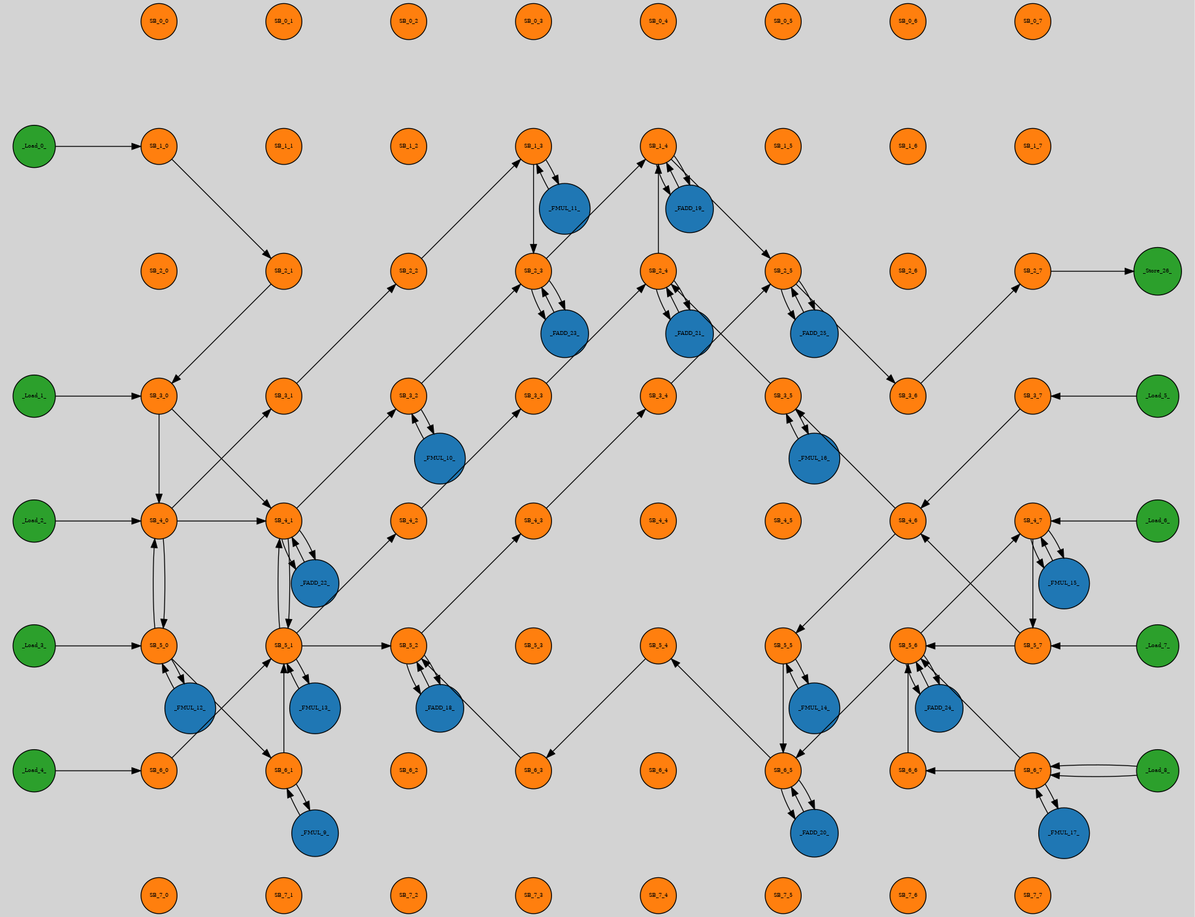
This is mapping_output.png from UniversalGRAMM/UGRAMM, a Graphviz export, as it was before one commit. Its source is kept beside it as mapping_output.dot. Its diagram source:
```dot
digraph {
graph [pad="0.212,0.055" bgcolor=lightgray]
node [style=filled]
SB_0_0 [shape="circle" fontsize=6 fillcolor="#ff7f0e" pos="2,0!"]
SB_0_1 [shape="circle" fontsize=6 fillcolor="#ff7f0e" pos="4,0!"]
SB_0_2 [shape="circle" fontsize=6 fillcolor="#ff7f0e" pos="6,0!"]
SB_0_3 [shape="circle" fontsize=6 fillcolor="#ff7f0e" pos="8,0!"]
SB_0_4 [shape="circle" fontsize=6 fillcolor="#ff7f0e" pos="10,0!"]
SB_0_5 [shape="circle" fontsize=6 fillcolor="#ff7f0e" pos="12,0!"]
SB_0_6 [shape="circle" fontsize=6 fillcolor="#ff7f0e" pos="14,0!"]
SB_0_7 [shape="circle" fontsize=6 fillcolor="#ff7f0e" pos="16,0!"]
SB_1_0 [shape="circle" fontsize=6 fillcolor="#ff7f0e" pos="2,-2!"]
SB_1_1 [shape="circle" fontsize=6 fillcolor="#ff7f0e" pos="4,-2!"]
SB_1_2 [shape="circle" fontsize=6 fillcolor="#ff7f0e" pos="6,-2!"]
SB_1_3 [shape="circle" fontsize=6 fillcolor="#ff7f0e" pos="8,-2!"]
SB_1_4 [shape="circle" fontsize=6 fillcolor="#ff7f0e" pos="10,-2!"]
SB_1_5 [shape="circle" fontsize=6 fillcolor="#ff7f0e" pos="12,-2!"]
SB_1_6 [shape="circle" fontsize=6 fillcolor="#ff7f0e" pos="14,-2!"]
SB_1_7 [shape="circle" fontsize=6 fillcolor="#ff7f0e" pos="16,-2!"]
SB_2_0 [shape="circle" fontsize=6 fillcolor="#ff7f0e" pos="2,-4!"]
SB_2_1 [shape="circle" fontsize=6 fillcolor="#ff7f0e" pos="4,-4!"]
SB_2_2 [shape="circle" fontsize=6 fillcolor="#ff7f0e" pos="6,-4!"]
SB_2_3 [shape="circle" fontsize=6 fillcolor="#ff7f0e" pos="8,-4!"]
SB_2_4 [shape="circle" fontsize=6 fillcolor="#ff7f0e" pos="10,-4!"]
SB_2_5 [shape="circle" fontsize=6 fillcolor="#ff7f0e" pos="12,-4!"]
SB_2_6 [shape="circle" fontsize=6 fillcolor="#ff7f0e" pos="14,-4!"]
SB_2_7 [shape="circle" fontsize=6 fillcolor="#ff7f0e" pos="16,-4!"]
SB_3_0 [shape="circle" fontsize=6 fillcolor="#ff7f0e" pos="2,-6!"]
SB_3_1 [shape="circle" fontsize=6 fillcolor="#ff7f0e" pos="4,-6!"]
SB_3_2 [shape="circle" fontsize=6 fillcolor="#ff7f0e" pos="6,-6!"]
SB_3_3 [shape="circle" fontsize=6 fillcolor="#ff7f0e" pos="8,-6!"]
SB_3_4 [shape="circle" fontsize=6 fillcolor="#ff7f0e" pos="10,-6!"]
SB_3_5 [shape="circle" fontsize=6 fillcolor="#ff7f0e" pos="12,-6!"]
SB_3_6 [shape="circle" fontsize=6 fillcolor="#ff7f0e" pos="14,-6!"]
SB_3_7 [shape="circle" fontsize=6 fillcolor="#ff7f0e" pos="16,-6!"]
SB_4_0 [shape="circle" fontsize=6 fillcolor="#ff7f0e" pos="2,-8!"]
SB_4_1 [shape="circle" fontsize=6 fillcolor="#ff7f0e" pos="4,-8!"]
SB_4_2 [shape="circle" fontsize=6 fillcolor="#ff7f0e" pos="6,-8!"]
SB_4_3 [shape="circle" fontsize=6 fillcolor="#ff7f0e" pos="8,-8!"]
SB_4_4 [shape="circle" fontsize=6 fillcolor="#ff7f0e" pos="10,-8!"]
SB_4_5 [shape="circle" fontsize=6 fillcolor="#ff7f0e" pos="12,-8!"]
SB_4_6 [shape="circle" fontsize=6 fillcolor="#ff7f0e" pos="14,-8!"]
SB_4_7 [shape="circle" fontsize=6 fillcolor="#ff7f0e" pos="16,-8!"]
SB_5_0 [shape="circle" fontsize=6 fillcolor="#ff7f0e" pos="2,-10!"]
SB_5_1 [shape="circle" fontsize=6 fillcolor="#ff7f0e" pos="4,-10!"]
SB_5_2 [shape="circle" fontsize=6 fillcolor="#ff7f0e" pos="6,-10!"]
SB_5_3 [shape="circle" fontsize=6 fillcolor="#ff7f0e" pos="8,-10!"]
SB_5_4 [shape="circle" fontsize=6 fillcolor="#ff7f0e" pos="10,-10!"]
SB_5_5 [shape="circle" fontsize=6 fillcolor="#ff7f0e" pos="12,-10!"]
SB_5_6 [shape="circle" fontsize=6 fillcolor="#ff7f0e" pos="14,-10!"]
SB_5_7 [shape="circle" fontsize=6 fillcolor="#ff7f0e" pos="16,-10!"]
SB_6_0 [shape="circle" fontsize=6 fillcolor="#ff7f0e" pos="2,-12!"]
SB_6_1 [shape="circle" fontsize=6 fillcolor="#ff7f0e" pos="4,-12!"]
SB_6_2 [shape="circle" fontsize=6 fillcolor="#ff7f0e" pos="6,-12!"]
SB_6_3 [shape="circle" fontsize=6 fillcolor="#ff7f0e" pos="8,-12!"]
SB_6_4 [shape="circle" fontsize=6 fillcolor="#ff7f0e" pos="10,-12!"]
SB_6_5 [shape="circle" fontsize=6 fillcolor="#ff7f0e" pos="12,-12!"]
SB_6_6 [shape="circle" fontsize=6 fillcolor="#ff7f0e" pos="14,-12!"]
SB_6_7 [shape="circle" fontsize=6 fillcolor="#ff7f0e" pos="16,-12!"]
SB_7_0 [shape="circle" fontsize=6 fillcolor="#ff7f0e" pos="2,-14!"]
SB_7_1 [shape="circle" fontsize=6 fillcolor="#ff7f0e" pos="4,-14!"]
SB_7_2 [shape="circle" fontsize=6 fillcolor="#ff7f0e" pos="6,-14!"]
SB_7_3 [shape="circle" fontsize=6 fillcolor="#ff7f0e" pos="8,-14!"]
SB_7_4 [shape="circle" fontsize=6 fillcolor="#ff7f0e" pos="10,-14!"]
SB_7_5 [shape="circle" fontsize=6 fillcolor="#ff7f0e" pos="12,-14!"]
SB_7_6 [shape="circle" fontsize=6 fillcolor="#ff7f0e" pos="14,-14!"]
SB_7_7 [shape="circle" fontsize=6 fillcolor="#ff7f0e" pos="16,-14!"]
_FADD_18_ [shape="circle" fontsize=6 fillcolor="#1f77b4" pos="6.5,-11!"]
_FADD_18_ -> SB_5_2
SB_5_2 -> SB_4_3
SB_4_3 -> SB_3_4
SB_3_4 -> SB_2_5
SB_2_5 -> _FADD_25_
_FADD_19_ [shape="circle" fontsize=6 fillcolor="#1f77b4" pos="10.5,-3!"]
_FADD_19_ -> SB_1_4
SB_1_4 -> SB_2_5
SB_2_5 -> _FADD_25_
_FADD_20_ [shape="circle" fontsize=6 fillcolor="#1f77b4" pos="12.5,-13!"]
_FADD_20_ -> SB_6_5
SB_6_5 -> SB_5_4
SB_5_4 -> SB_6_3
SB_6_3 -> SB_5_2
SB_5_2 -> _FADD_18_
_FADD_21_ [shape="circle" fontsize=6 fillcolor="#1f77b4" pos="10.5,-5!"]
_FADD_21_ -> SB_2_4
SB_2_4 -> SB_1_4
SB_1_4 -> _FADD_19_
_FADD_22_ [shape="circle" fontsize=6 fillcolor="#1f77b4" pos="4.5,-9!"]
_FADD_22_ -> SB_4_1
SB_4_1 -> SB_5_1
SB_5_1 -> SB_5_2
SB_5_2 -> _FADD_18_
_FADD_23_ [shape="circle" fontsize=6 fillcolor="#1f77b4" pos="8.5,-5!"]
_FADD_23_ -> SB_2_3
SB_2_3 -> SB_1_4
SB_1_4 -> _FADD_19_
_FADD_24_ [shape="circle" fontsize=6 fillcolor="#1f77b4" pos="14.5,-11!"]
_FADD_24_ -> SB_5_6
SB_5_6 -> SB_6_5
SB_6_5 -> _FADD_20_
_FADD_25_ [shape="circle" fontsize=6 fillcolor="#1f77b4" pos="12.5,-5!"]
_FADD_25_ -> SB_2_5
SB_2_5 -> SB_3_6
SB_3_6 -> SB_2_7
_FMUL_10_ [shape="circle" fontsize=6 fillcolor="#1f77b4" pos="6.5,-7!"]
_FMUL_10_ -> SB_3_2
SB_3_2 -> SB_2_3
SB_2_3 -> _FADD_23_
_FMUL_11_ [shape="circle" fontsize=6 fillcolor="#1f77b4" pos="8.5,-3!"]
_FMUL_11_ -> SB_1_3
SB_1_3 -> SB_2_3
SB_2_3 -> _FADD_23_
_FMUL_12_ [shape="circle" fontsize=6 fillcolor="#1f77b4" pos="2.5,-11!"]
_FMUL_12_ -> SB_5_0
SB_5_0 -> SB_4_0
SB_4_0 -> SB_4_1
SB_4_1 -> _FADD_22_
_FMUL_13_ [shape="circle" fontsize=6 fillcolor="#1f77b4" pos="4.5,-11!"]
_FMUL_13_ -> SB_5_1
SB_5_1 -> SB_4_2
SB_4_2 -> SB_3_3
SB_3_3 -> SB_2_4
SB_2_4 -> _FADD_21_
_FMUL_14_ [shape="circle" fontsize=6 fillcolor="#1f77b4" pos="12.5,-11!"]
_FMUL_14_ -> SB_5_5
SB_5_5 -> SB_6_5
SB_6_5 -> _FADD_20_
_FMUL_15_ [shape="circle" fontsize=6 fillcolor="#1f77b4" pos="16.5,-9!"]
_FMUL_15_ -> SB_4_7
SB_4_7 -> SB_5_7
SB_5_7 -> SB_5_6
SB_5_6 -> _FADD_24_
_FMUL_16_ [shape="circle" fontsize=6 fillcolor="#1f77b4" pos="12.5,-7!"]
_FMUL_16_ -> SB_3_5
SB_3_5 -> SB_2_4
SB_2_4 -> _FADD_21_
_FMUL_17_ [shape="circle" fontsize=6 fillcolor="#1f77b4" pos="16.5,-13!"]
_FMUL_17_ -> SB_6_7
SB_6_7 -> SB_6_6
SB_6_6 -> SB_5_6
SB_5_6 -> _FADD_24_
_FMUL_9_ [shape="circle" fontsize=6 fillcolor="#1f77b4" pos="4.5,-13!"]
_FMUL_9_ -> SB_6_1
SB_6_1 -> SB_5_1
SB_5_1 -> SB_4_1
SB_4_1 -> _FADD_22_
_Load_0_ [shape="circle" fontsize=6 fillcolor="#2ca02c" pos="0,-2!"]
_Load_0_ -> SB_1_0
SB_1_0 -> SB_2_1
SB_2_1 -> SB_3_0
SB_3_0 -> SB_4_0
SB_4_0 -> SB_5_0
SB_5_0 -> SB_6_1
SB_6_1 -> _FMUL_9_
_Load_1_ [shape="circle" fontsize=6 fillcolor="#2ca02c" pos="0,-6!"]
_Load_1_ -> SB_3_0
SB_3_0 -> SB_4_1
SB_4_1 -> SB_3_2
SB_3_2 -> _FMUL_10_
_Load_2_ [shape="circle" fontsize=6 fillcolor="#2ca02c" pos="0,-8!"]
_Load_2_ -> SB_4_0
SB_4_0 -> SB_3_1
SB_3_1 -> SB_2_2
SB_2_2 -> SB_1_3
SB_1_3 -> _FMUL_11_
_Load_3_ [shape="circle" fontsize=6 fillcolor="#2ca02c" pos="0,-10!"]
_Load_3_ -> SB_5_0
SB_5_0 -> _FMUL_12_
_Load_4_ [shape="circle" fontsize=6 fillcolor="#2ca02c" pos="0,-12!"]
_Load_4_ -> SB_6_0
SB_6_0 -> SB_5_1
SB_5_1 -> _FMUL_13_
_Load_5_ [shape="circle" fontsize=6 fillcolor="#2ca02c" pos="18,-6!"]
_Load_5_ -> SB_3_7
SB_3_7 -> SB_4_6
SB_4_6 -> SB_5_5
SB_5_5 -> _FMUL_14_
_Load_6_ [shape="circle" fontsize=6 fillcolor="#2ca02c" pos="18,-8!"]
_Load_6_ -> SB_4_7
SB_4_7 -> _FMUL_15_
_Load_7_ [shape="circle" fontsize=6 fillcolor="#2ca02c" pos="18,-10!"]
_Load_7_ -> SB_5_7
SB_5_7 -> SB_4_6
SB_4_6 -> SB_3_5
SB_3_5 -> _FMUL_16_
_Load_8_ [shape="circle" fontsize=6 fillcolor="#2ca02c" pos="18,-12!"]
_Load_8_ -> SB_6_7
SB_6_7 -> _FMUL_17_
_Load_8_ -> SB_6_7
SB_6_7 -> SB_5_6
SB_5_6 -> SB_4_7
SB_4_7 -> _FMUL_15_
_Store_26_ [shape="circle" fontsize=6 fillcolor="#2ca02c" pos="18,-4!"]
SB_2_7 -> _Store_26_
}
```
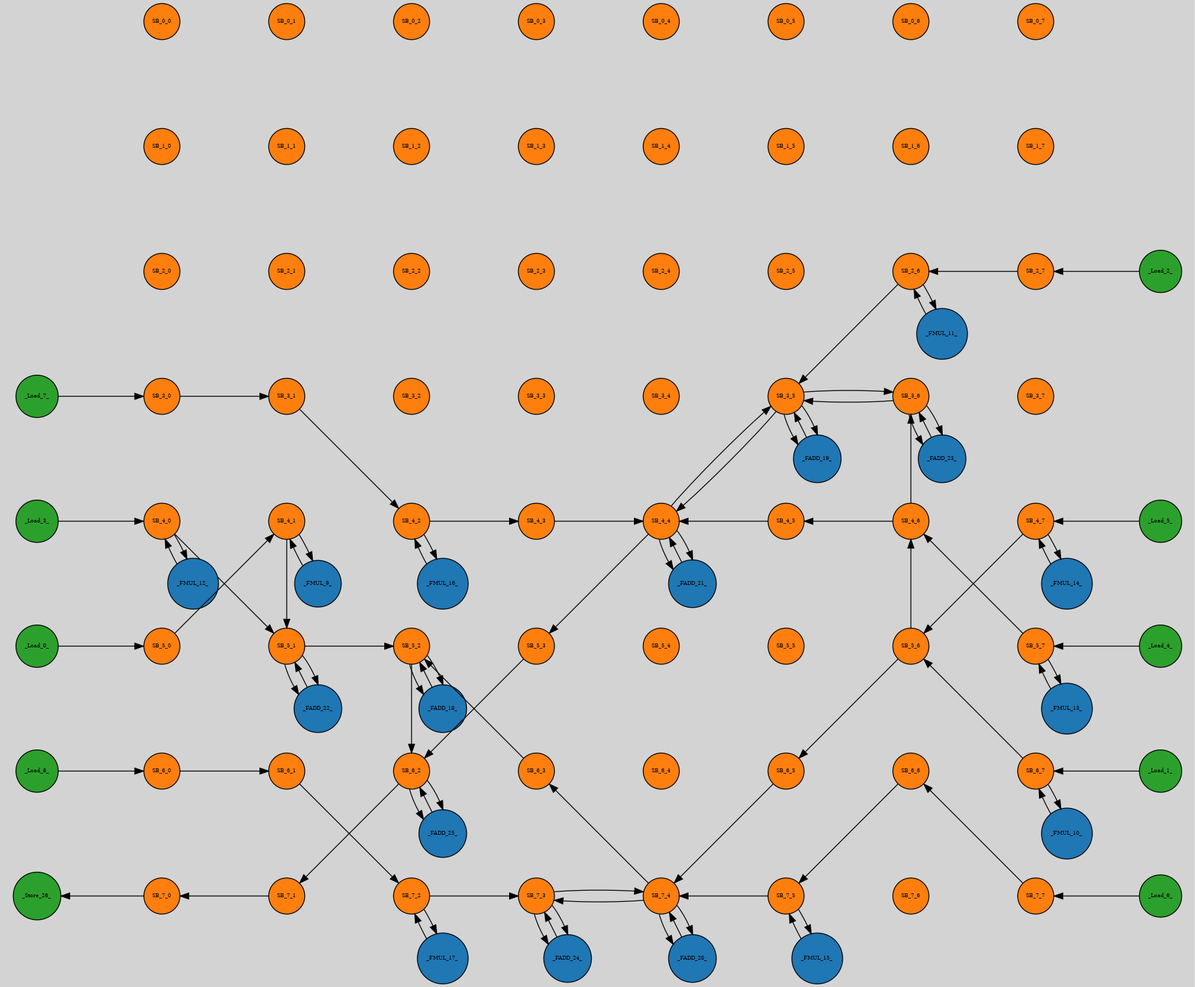
Above is the later version.

Commit message:
Fixed the pins verification for input and output funcCells

Diff of the diagram source:
```diff
@@ -67,129 +67,119 @@
 SB_7_7 [shape="circle" fontsize=6 fillcolor="#ff7f0e" pos="16,-14!"]
 _FADD_18_ [shape="circle" fontsize=6 fillcolor="#1f77b4" pos="6.5,-11!"]
 _FADD_18_ -> SB_5_2
-SB_5_2 -> SB_4_3
-SB_4_3 -> SB_3_4
-SB_3_4 -> SB_2_5
-SB_2_5 -> _FADD_25_
-_FADD_19_ [shape="circle" fontsize=6 fillcolor="#1f77b4" pos="10.5,-3!"]
-_FADD_19_ -> SB_1_4
-SB_1_4 -> SB_2_5
-SB_2_5 -> _FADD_25_
-_FADD_20_ [shape="circle" fontsize=6 fillcolor="#1f77b4" pos="12.5,-13!"]
-_FADD_20_ -> SB_6_5
-SB_6_5 -> SB_5_4
-SB_5_4 -> SB_6_3
+SB_5_2 -> SB_6_2
+SB_6_2 -> _FADD_25_
+_FADD_19_ [shape="circle" fontsize=6 fillcolor="#1f77b4" pos="12.5,-7!"]
+_FADD_19_ -> SB_3_5
+SB_3_5 -> SB_4_4
+SB_4_4 -> SB_5_3
+SB_5_3 -> SB_6_2
+SB_6_2 -> _FADD_25_
+_FADD_20_ [shape="circle" fontsize=6 fillcolor="#1f77b4" pos="10.5,-15!"]
+_FADD_20_ -> SB_7_4
+SB_7_4 -> SB_6_3
 SB_6_3 -> SB_5_2
 SB_5_2 -> _FADD_18_
-_FADD_21_ [shape="circle" fontsize=6 fillcolor="#1f77b4" pos="10.5,-5!"]
-_FADD_21_ -> SB_2_4
-SB_2_4 -> SB_1_4
-SB_1_4 -> _FADD_19_
-_FADD_22_ [shape="circle" fontsize=6 fillcolor="#1f77b4" pos="4.5,-9!"]
-_FADD_22_ -> SB_4_1
-SB_4_1 -> SB_5_1
+_FADD_21_ [shape="circle" fontsize=6 fillcolor="#1f77b4" pos="10.5,-9!"]
+_FADD_21_ -> SB_4_4
+SB_4_4 -> SB_3_5
+SB_3_5 -> _FADD_19_
+_FADD_22_ [shape="circle" fontsize=6 fillcolor="#1f77b4" pos="4.5,-11!"]
+_FADD_22_ -> SB_5_1
 SB_5_1 -> SB_5_2
 SB_5_2 -> _FADD_18_
-_FADD_23_ [shape="circle" fontsize=6 fillcolor="#1f77b4" pos="8.5,-5!"]
-_FADD_23_ -> SB_2_3
-SB_2_3 -> SB_1_4
-SB_1_4 -> _FADD_19_
-_FADD_24_ [shape="circle" fontsize=6 fillcolor="#1f77b4" pos="14.5,-11!"]
-_FADD_24_ -> SB_5_6
+_FADD_23_ [shape="circle" fontsize=6 fillcolor="#1f77b4" pos="14.5,-7!"]
+_FADD_23_ -> SB_3_6
+SB_3_6 -> SB_3_5
+SB_3_5 -> _FADD_19_
+_FADD_24_ [shape="circle" fontsize=6 fillcolor="#1f77b4" pos="8.5,-15!"]
+_FADD_24_ -> SB_7_3
+SB_7_3 -> SB_7_4
+SB_7_4 -> _FADD_20_
+_FADD_25_ [shape="circle" fontsize=6 fillcolor="#1f77b4" pos="6.5,-13!"]
+_FADD_25_ -> SB_6_2
+SB_6_2 -> SB_7_1
+SB_7_1 -> SB_7_0
+_FMUL_10_ [shape="circle" fontsize=6 fillcolor="#1f77b4" pos="16.5,-13!"]
+_FMUL_10_ -> SB_6_7
+SB_6_7 -> SB_5_6
+SB_5_6 -> SB_4_6
+SB_4_6 -> SB_3_6
+SB_3_6 -> _FADD_23_
+_FMUL_11_ [shape="circle" fontsize=6 fillcolor="#1f77b4" pos="14.5,-5!"]
+_FMUL_11_ -> SB_2_6
+SB_2_6 -> SB_3_5
+SB_3_5 -> SB_3_6
+SB_3_6 -> _FADD_23_
+_FMUL_12_ [shape="circle" fontsize=6 fillcolor="#1f77b4" pos="2.5,-9!"]
+_FMUL_12_ -> SB_4_0
+SB_4_0 -> SB_5_1
+SB_5_1 -> _FADD_22_
+_FMUL_13_ [shape="circle" fontsize=6 fillcolor="#1f77b4" pos="16.5,-11!"]
+_FMUL_13_ -> SB_5_7
+SB_5_7 -> SB_4_6
+SB_4_6 -> SB_4_5
+SB_4_5 -> SB_4_4
+SB_4_4 -> _FADD_21_
+_FMUL_14_ [shape="circle" fontsize=6 fillcolor="#1f77b4" pos="16.5,-9!"]
+_FMUL_14_ -> SB_4_7
+SB_4_7 -> SB_5_6
 SB_5_6 -> SB_6_5
-SB_6_5 -> _FADD_20_
-_FADD_25_ [shape="circle" fontsize=6 fillcolor="#1f77b4" pos="12.5,-5!"]
-_FADD_25_ -> SB_2_5
-SB_2_5 -> SB_3_6
-SB_3_6 -> SB_2_7
-_FMUL_10_ [shape="circle" fontsize=6 fillcolor="#1f77b4" pos="6.5,-7!"]
-_FMUL_10_ -> SB_3_2
-SB_3_2 -> SB_2_3
-SB_2_3 -> _FADD_23_
-_FMUL_11_ [shape="circle" fontsize=6 fillcolor="#1f77b4" pos="8.5,-3!"]
-_FMUL_11_ -> SB_1_3
-SB_1_3 -> SB_2_3
-SB_2_3 -> _FADD_23_
-_FMUL_12_ [shape="circle" fontsize=6 fillcolor="#1f77b4" pos="2.5,-11!"]
-_FMUL_12_ -> SB_5_0
-SB_5_0 -> SB_4_0
-SB_4_0 -> SB_4_1
-SB_4_1 -> _FADD_22_
-_FMUL_13_ [shape="circle" fontsize=6 fillcolor="#1f77b4" pos="4.5,-11!"]
-_FMUL_13_ -> SB_5_1
-SB_5_1 -> SB_4_2
-SB_4_2 -> SB_3_3
-SB_3_3 -> SB_2_4
-SB_2_4 -> _FADD_21_
-_FMUL_14_ [shape="circle" fontsize=6 fillcolor="#1f77b4" pos="12.5,-11!"]
-_FMUL_14_ -> SB_5_5
-SB_5_5 -> SB_6_5
-SB_6_5 -> _FADD_20_
-_FMUL_15_ [shape="circle" fontsize=6 fillcolor="#1f77b4" pos="16.5,-9!"]
-_FMUL_15_ -> SB_4_7
-SB_4_7 -> SB_5_7
-SB_5_7 -> SB_5_6
-SB_5_6 -> _FADD_24_
-_FMUL_16_ [shape="circle" fontsize=6 fillcolor="#1f77b4" pos="12.5,-7!"]
-_FMUL_16_ -> SB_3_5
-SB_3_5 -> SB_2_4
-SB_2_4 -> _FADD_21_
-_FMUL_17_ [shape="circle" fontsize=6 fillcolor="#1f77b4" pos="16.5,-13!"]
-_FMUL_17_ -> SB_6_7
-SB_6_7 -> SB_6_6
-SB_6_6 -> SB_5_6
-SB_5_6 -> _FADD_24_
-_FMUL_9_ [shape="circle" fontsize=6 fillcolor="#1f77b4" pos="4.5,-13!"]
-_FMUL_9_ -> SB_6_1
-SB_6_1 -> SB_5_1
-SB_5_1 -> SB_4_1
-SB_4_1 -> _FADD_22_
-_Load_0_ [shape="circle" fontsize=6 fillcolor="#2ca02c" pos="0,-2!"]
-_Load_0_ -> SB_1_0
-SB_1_0 -> SB_2_1
-SB_2_1 -> SB_3_0
-SB_3_0 -> SB_4_0
-SB_4_0 -> SB_5_0
-SB_5_0 -> SB_6_1
-SB_6_1 -> _FMUL_9_
-_Load_1_ [shape="circle" fontsize=6 fillcolor="#2ca02c" pos="0,-6!"]
-_Load_1_ -> SB_3_0
-SB_3_0 -> SB_4_1
-SB_4_1 -> SB_3_2
-SB_3_2 -> _FMUL_10_
-_Load_2_ [shape="circle" fontsize=6 fillcolor="#2ca02c" pos="0,-8!"]
-_Load_2_ -> SB_4_0
-SB_4_0 -> SB_3_1
-SB_3_1 -> SB_2_2
-SB_2_2 -> SB_1_3
-SB_1_3 -> _FMUL_11_
-_Load_3_ [shape="circle" fontsize=6 fillcolor="#2ca02c" pos="0,-10!"]
-_Load_3_ -> SB_5_0
-SB_5_0 -> _FMUL_12_
-_Load_4_ [shape="circle" fontsize=6 fillcolor="#2ca02c" pos="0,-12!"]
-_Load_4_ -> SB_6_0
-SB_6_0 -> SB_5_1
-SB_5_1 -> _FMUL_13_
-_Load_5_ [shape="circle" fontsize=6 fillcolor="#2ca02c" pos="18,-6!"]
-_Load_5_ -> SB_3_7
-SB_3_7 -> SB_4_6
-SB_4_6 -> SB_5_5
-SB_5_5 -> _FMUL_14_
-_Load_6_ [shape="circle" fontsize=6 fillcolor="#2ca02c" pos="18,-8!"]
-_Load_6_ -> SB_4_7
-SB_4_7 -> _FMUL_15_
-_Load_7_ [shape="circle" fontsize=6 fillcolor="#2ca02c" pos="18,-10!"]
-_Load_7_ -> SB_5_7
-SB_5_7 -> SB_4_6
-SB_4_6 -> SB_3_5
-SB_3_5 -> _FMUL_16_
-_Load_8_ [shape="circle" fontsize=6 fillcolor="#2ca02c" pos="18,-12!"]
-_Load_8_ -> SB_6_7
-SB_6_7 -> _FMUL_17_
-_Load_8_ -> SB_6_7
-SB_6_7 -> SB_5_6
-SB_5_6 -> SB_4_7
-SB_4_7 -> _FMUL_15_
-_Store_26_ [shape="circle" fontsize=6 fillcolor="#2ca02c" pos="18,-4!"]
-SB_2_7 -> _Store_26_
+SB_6_5 -> SB_7_4
+SB_7_4 -> _FADD_20_
+_FMUL_15_ [shape="circle" fontsize=6 fillcolor="#1f77b4" pos="12.5,-15!"]
+_FMUL_15_ -> SB_7_5
+SB_7_5 -> SB_7_4
+SB_7_4 -> SB_7_3
+SB_7_3 -> _FADD_24_
+_FMUL_16_ [shape="circle" fontsize=6 fillcolor="#1f77b4" pos="6.5,-9!"]
+_FMUL_16_ -> SB_4_2
+SB_4_2 -> SB_4_3
+SB_4_3 -> SB_4_4
+SB_4_4 -> _FADD_21_
+_FMUL_17_ [shape="circle" fontsize=6 fillcolor="#1f77b4" pos="6.5,-15!"]
+_FMUL_17_ -> SB_7_2
+SB_7_2 -> SB_7_3
+SB_7_3 -> _FADD_24_
+_FMUL_9_ [shape="circle" fontsize=6 fillcolor="#1f77b4" pos="4.5,-9!"]
+_FMUL_9_ -> SB_4_1
+SB_4_1 -> SB_5_1
+SB_5_1 -> _FADD_22_
+_Load_0_ [shape="circle" fontsize=6 fillcolor="#2ca02c" pos="0,-10!"]
+_Load_0_ -> SB_5_0
+SB_5_0 -> SB_4_1
+SB_4_1 -> _FMUL_9_
+_Load_1_ [shape="circle" fontsize=6 fillcolor="#2ca02c" pos="18,-12!"]
+_Load_1_ -> SB_6_7
+SB_6_7 -> _FMUL_10_
+_Load_2_ [shape="circle" fontsize=6 fillcolor="#2ca02c" pos="18,-4!"]
+_Load_2_ -> SB_2_7
+SB_2_7 -> SB_2_6
+SB_2_6 -> _FMUL_11_
+_Load_3_ [shape="circle" fontsize=6 fillcolor="#2ca02c" pos="0,-8!"]
+_Load_3_ -> SB_4_0
+SB_4_0 -> _FMUL_12_
+_Load_4_ [shape="circle" fontsize=6 fillcolor="#2ca02c" pos="18,-10!"]
+_Load_4_ -> SB_5_7
+SB_5_7 -> _FMUL_13_
+_Load_5_ [shape="circle" fontsize=6 fillcolor="#2ca02c" pos="18,-8!"]
+_Load_5_ -> SB_4_7
+SB_4_7 -> _FMUL_14_
+_Load_6_ [shape="circle" fontsize=6 fillcolor="#2ca02c" pos="18,-14!"]
+_Load_6_ -> SB_7_7
+SB_7_7 -> SB_6_6
+SB_6_6 -> SB_7_5
+SB_7_5 -> _FMUL_15_
+_Load_7_ [shape="circle" fontsize=6 fillcolor="#2ca02c" pos="0,-6!"]
+_Load_7_ -> SB_3_0
+SB_3_0 -> SB_3_1
+SB_3_1 -> SB_4_2
+SB_4_2 -> _FMUL_16_
+_Load_8_ [shape="circle" fontsize=6 fillcolor="#2ca02c" pos="0,-12!"]
+_Load_8_ -> SB_6_0
+SB_6_0 -> SB_6_1
+SB_6_1 -> SB_7_2
+SB_7_2 -> _FMUL_17_
+_Store_26_ [shape="circle" fontsize=6 fillcolor="#2ca02c" pos="0,-14!"]
+SB_7_0 -> _Store_26_
 }
```
